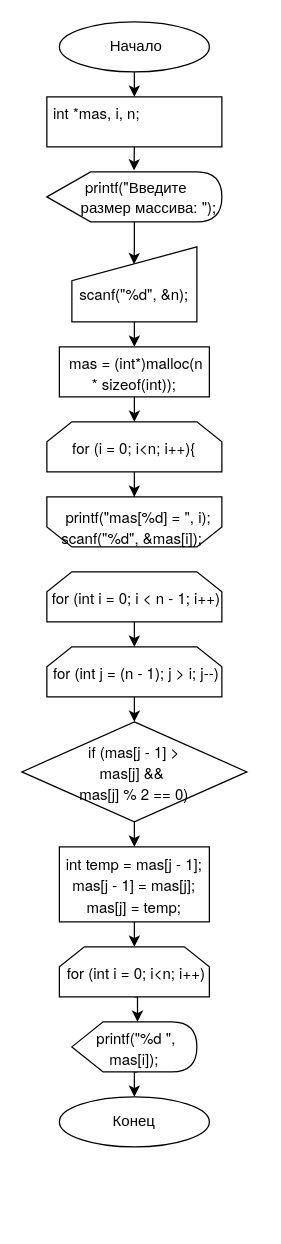
Before: Untitled Diagram.drawio in PiotrCoder-creator/Diagramma, a draw.io diagram. Source tidied: cells renumbered, new cells numbered last; positions are measured from the earlier drawing's top-left corner, leaving out a move shared by most shapes. Both pictures are drawn from the tidied source at 125%, with x=0, y=0 at pixel (21, 21).
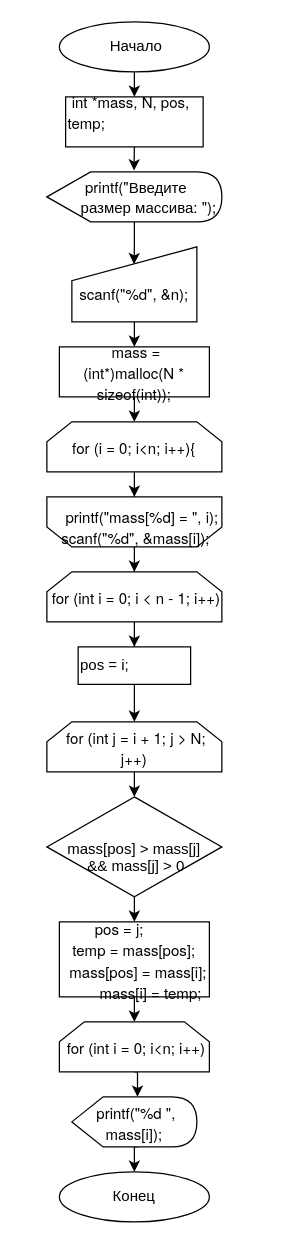
The same diagram, later.

Commit message:
LAba 4 diagra 4

Unchanged cells that the change refers to:
```xml
<mxCell id="2" style="shape=loopLimit;whiteSpace=wrap;html=1;rotation=-180;" parent="1" vertex="1">
  <mxGeometry x="20" y="380" width="140" height="40" as="geometry" />
</mxCell>
<mxCell id="17" value="&lt;p style=&quot;margin: 0px ; font-stretch: normal ; line-height: normal ; font-family: &amp;#34;helvetica neue&amp;#34;&quot;&gt;&amp;nbsp;for (int i = 0; i &amp;lt; n - 1; i++)&lt;/p&gt;" style="shape=loopLimit;whiteSpace=wrap;html=1;" parent="1" vertex="1">
  <mxGeometry x="20" y="440" width="140" height="40" as="geometry" />
</mxCell>
```

Change to the diagram source:
```diff
@@
+    <mxCell id="29" style="edgeStyle=orthogonalEdgeStyle;rounded=0;jettySize=auto;html=1;entryX=0.5;entryY=0;entryDx=0;entryDy=0;" parent="1" edge="1" source="2" target="17">
+      <mxGeometry relative="1" as="geometry" />
+    </mxCell>
@@
-    <mxCell id="6" value="&lt;p style=&quot;margin: 0px ; font-stretch: normal ; line-height: normal ; font-family: &amp;#34;helvetica neue&amp;#34;&quot;&gt;&lt;span class=&quot;Apple-converted-space&quot;&gt;&lt;br&gt;&lt;/span&gt;&lt;/p&gt;&lt;p style=&quot;margin: 0px ; font-stretch: normal ; line-height: normal ; font-family: &amp;#34;helvetica neue&amp;#34;&quot;&gt;&lt;span class=&quot;Apple-converted-space&quot;&gt;&amp;nbsp;&lt;/span&gt;int *mas, i, n;&lt;/p&gt;&lt;p style=&quot;margin: 0px ; font-stretch: normal ; line-height: normal ; font-family: &amp;#34;helvetica neue&amp;#34;&quot;&gt;&lt;br&gt;&lt;/p&gt;&lt;p style=&quot;margin: 0px ; font-stretch: normal ; line-height: normal ; font-family: &amp;#34;helvetica neue&amp;#34;&quot;&gt;&lt;br&gt;&lt;/p&gt;" style="rounded=0;whiteSpace=wrap;html=1;align=left;" parent="1" vertex="1">
-      <mxGeometry x="20" y="60" width="140" height="40" as="geometry" />
+    <mxCell id="6" value="&lt;p style=&quot;margin: 0px ; font-stretch: normal ; line-height: normal ; font-family: &amp;#34;helvetica neue&amp;#34;&quot;&gt;&lt;span class=&quot;Apple-converted-space&quot;&gt;&lt;br&gt;&lt;/span&gt;&lt;/p&gt;&lt;p style=&quot;margin: 0px ; font-stretch: normal ; line-height: normal ; font-family: &amp;#34;helvetica neue&amp;#34;&quot;&gt;&lt;span class=&quot;Apple-converted-space&quot;&gt;&amp;nbsp;&lt;/span&gt;int *mass, N, pos,&amp;nbsp;&lt;/p&gt;&lt;p style=&quot;margin: 0px ; font-stretch: normal ; line-height: normal ; font-family: &amp;#34;helvetica neue&amp;#34;&quot;&gt;temp;&lt;/p&gt;&lt;p style=&quot;margin: 0px ; font-stretch: normal ; line-height: normal ; font-family: &amp;#34;helvetica neue&amp;#34;&quot;&gt;&lt;br&gt;&lt;/p&gt;&lt;p style=&quot;margin: 0px ; font-stretch: normal ; line-height: normal ; font-family: &amp;#34;helvetica neue&amp;#34;&quot;&gt;&lt;br&gt;&lt;/p&gt;" style="rounded=0;whiteSpace=wrap;html=1;align=left;" parent="1" vertex="1">
+      <mxGeometry x="35" y="60" width="110" height="40" as="geometry" />
     </mxCell>
@@
-    <mxCell id="12" value="&lt;p style=&quot;margin: 0px ; font-stretch: normal ; line-height: normal ; font-family: &amp;#34;helvetica neue&amp;#34;&quot;&gt;&amp;nbsp;mas = (int*)malloc(n * sizeof(int));&lt;/p&gt;" style="rounded=0;whiteSpace=wrap;html=1;" parent="1" vertex="1">
+    <mxCell id="12" value="&lt;p style=&quot;margin: 0px ; font-stretch: normal ; line-height: normal ; font-family: &amp;#34;helvetica neue&amp;#34;&quot;&gt;&amp;nbsp;mass = (int*)malloc(N * sizeof(int));&lt;/p&gt;" style="rounded=0;whiteSpace=wrap;html=1;" parent="1" vertex="1">
       <mxGeometry x="30" y="260" width="120" height="40" as="geometry" />
     </mxCell>
@@
-    <mxCell id="15" value="&lt;p style=&quot;margin: 0.0px 0.0px 0.0px 0.0px ; font: 12.0px &amp;#34;helvetica neue&amp;#34;&quot;&gt;&lt;span class=&quot;Apple-converted-space&quot;&gt;&amp;nbsp;&lt;/span&gt;printf(&quot;mas[%d] = &quot;, i);&lt;/p&gt;&lt;p style=&quot;margin: 0.0px 0.0px 0.0px 0.0px ; font: 12.0px &amp;#34;helvetica neue&amp;#34;&quot;&gt;scanf(&quot;%d&quot;, &amp;amp;mas[i]);&lt;/p&gt;&lt;br&gt;" style="text;whiteSpace=wrap;html=1;" parent="1" vertex="1">
+    <mxCell id="15" value="&lt;p style=&quot;margin: 0.0px 0.0px 0.0px 0.0px ; font: 12.0px &amp;#34;helvetica neue&amp;#34;&quot;&gt;&lt;span class=&quot;Apple-converted-space&quot;&gt;&amp;nbsp;&lt;/span&gt;printf(&quot;mass[%d] = &quot;, i);&lt;/p&gt;&lt;p style=&quot;margin: 0.0px 0.0px 0.0px 0.0px ; font: 12.0px &amp;#34;helvetica neue&amp;#34;&quot;&gt;scanf(&quot;%d&quot;, &amp;amp;mass[i]);&lt;/p&gt;" style="text;whiteSpace=wrap;html=1;" parent="1" vertex="1">
       <mxGeometry x="30" y="380" width="160" height="40" as="geometry" />
     </mxCell>
-    <mxCell id="16" style="edgeStyle=orthogonalEdgeStyle;rounded=0;jettySize=auto;html=1;exitX=0.5;exitY=1;exitDx=0;exitDy=0;entryX=0.5;entryY=0;entryDx=0;entryDy=0;" parent="1" edge="1" source="17" target="19">
-      <mxGeometry relative="1" as="geometry" />
-    </mxCell>
+    <mxCell id="30" style="edgeStyle=orthogonalEdgeStyle;rounded=0;jettySize=auto;html=1;entryX=0.5;entryY=0;entryDx=0;entryDy=0;" parent="1" edge="1" source="17" target="32">
+      <mxGeometry relative="1" as="geometry" />
+    </mxCell>
@@
-    <mxCell id="19" value="&lt;p style=&quot;margin: 0px ; font-stretch: normal ; line-height: normal ; font-family: &amp;#34;helvetica neue&amp;#34;&quot;&gt;&amp;nbsp;for (int j = (n - 1); j &amp;gt; i; j--)&lt;/p&gt;" style="shape=loopLimit;whiteSpace=wrap;html=1;" parent="1" vertex="1">
-      <mxGeometry x="20" y="500" width="140" height="40" as="geometry" />
+    <mxCell id="19" value="&lt;p style=&quot;margin: 0px ; font-stretch: normal ; line-height: normal ; font-family: &amp;#34;helvetica neue&amp;#34;&quot;&gt;&amp;nbsp;for (int j = i + 1; j &amp;gt; N; j++)&lt;/p&gt;" style="shape=loopLimit;whiteSpace=wrap;html=1;" parent="1" vertex="1">
+      <mxGeometry x="20" y="560" width="140" height="40" as="geometry" />
     </mxCell>
@@
-    <mxCell id="21" value="&lt;p style=&quot;margin: 0px ; font-stretch: normal ; line-height: normal ; font-family: &amp;#34;helvetica neue&amp;#34;&quot;&gt;&amp;nbsp;if (mas[j - 1] &amp;gt;&amp;nbsp;&lt;/p&gt;&lt;p style=&quot;margin: 0px ; font-stretch: normal ; line-height: normal ; font-family: &amp;#34;helvetica neue&amp;#34;&quot;&gt;mas[j] &amp;amp;&amp;amp;&amp;nbsp;&lt;/p&gt;&lt;p style=&quot;margin: 0px ; font-stretch: normal ; line-height: normal ; font-family: &amp;#34;helvetica neue&amp;#34;&quot;&gt;mas[j] % 2 == 0)&lt;/p&gt;" style="rhombus;whiteSpace=wrap;html=1;" parent="1" vertex="1">
-      <mxGeometry y="560" width="180" height="80" as="geometry" />
+    <mxCell id="21" value="&lt;p style=&quot;margin: 0px ; font-stretch: normal ; line-height: normal ; font-family: &amp;#34;helvetica neue&amp;#34;&quot;&gt;&amp;nbsp;&lt;/p&gt;mass[pos] &amp;gt; mass[j]&lt;br&gt;&amp;nbsp;&amp;amp;&amp;amp; mass[j] &amp;gt; 0" style="rhombus;whiteSpace=wrap;html=1;" parent="1" vertex="1">
+      <mxGeometry x="20" y="620" width="140" height="80" as="geometry" />
     </mxCell>
@@
-    <mxCell id="23" value="&lt;p style=&quot;margin: 0px ; font-stretch: normal ; line-height: normal ; font-family: &amp;#34;helvetica neue&amp;#34;&quot;&gt;&amp;nbsp;int temp = mas[j - 1];&amp;nbsp;&lt;/p&gt;&lt;p style=&quot;margin: 0px ; font-stretch: normal ; line-height: normal ; font-family: &amp;#34;helvetica neue&amp;#34;&quot;&gt;mas[j - 1] = mas[j];&lt;/p&gt;&lt;p style=&quot;margin: 0px ; font-stretch: normal ; line-height: normal ; font-family: &amp;#34;helvetica neue&amp;#34;&quot;&gt;mas[j] = temp;&lt;/p&gt;" style="rounded=0;whiteSpace=wrap;html=1;" parent="1" vertex="1">
-      <mxGeometry x="30" y="660" width="120" height="60" as="geometry" />
+    <mxCell id="23" value="&lt;p style=&quot;margin: 0px ; font-stretch: normal ; line-height: normal ; font-family: &amp;#34;helvetica neue&amp;#34;&quot;&gt;&amp;nbsp;pos = j; &amp;nbsp; &amp;nbsp; &amp;nbsp; &amp;nbsp;&lt;/p&gt;&lt;p style=&quot;margin: 0px ; font-stretch: normal ; line-height: normal ; font-family: &amp;#34;helvetica neue&amp;#34;&quot;&gt;temp = mass[pos];&lt;/p&gt;&lt;p style=&quot;margin: 0px ; font-stretch: normal ; line-height: normal ; font-family: &amp;#34;helvetica neue&amp;#34;&quot;&gt;&amp;nbsp; mass[pos] = mass[i];&lt;/p&gt;&lt;p style=&quot;margin: 0px ; font-stretch: normal ; line-height: normal ; font-family: &amp;#34;helvetica neue&amp;#34;&quot;&gt;&amp;nbsp; &amp;nbsp; &amp;nbsp; &amp;nbsp; mass[i] = temp;&lt;/p&gt;" style="rounded=0;whiteSpace=wrap;html=1;" parent="1" vertex="1">
+      <mxGeometry x="30" y="720" width="120" height="60" as="geometry" />
     </mxCell>
@@
     <mxCell id="25" value="&lt;p style=&quot;margin: 0px ; font-stretch: normal ; line-height: normal ; font-family: &amp;#34;helvetica neue&amp;#34;&quot;&gt;&amp;nbsp;for (int i = 0; i&amp;lt;n; i++)&lt;/p&gt;" style="shape=loopLimit;whiteSpace=wrap;html=1;" parent="1" vertex="1">
-      <mxGeometry x="30" y="740" width="120" height="40" as="geometry" />
+      <mxGeometry x="30" y="800" width="120" height="40" as="geometry" />
     </mxCell>
@@
-    <mxCell id="27" value="&lt;p style=&quot;margin: 0px ; font-stretch: normal ; line-height: normal ; font-family: &amp;#34;helvetica neue&amp;#34;&quot;&gt;&amp;nbsp;printf(&quot;%d &quot;, mas[i]);&lt;/p&gt;" style="shape=display;whiteSpace=wrap;html=1;" parent="1" vertex="1">
-      <mxGeometry x="40" y="800" width="100" height="40" as="geometry" />
+    <mxCell id="27" value="&lt;p style=&quot;margin: 0px ; font-stretch: normal ; line-height: normal ; font-family: &amp;#34;helvetica neue&amp;#34;&quot;&gt;&amp;nbsp;printf(&quot;%d &quot;, mass[i]);&lt;/p&gt;" style="shape=display;whiteSpace=wrap;html=1;" parent="1" vertex="1">
+      <mxGeometry x="40" y="860" width="100" height="40" as="geometry" />
     </mxCell>
     <mxCell id="28" value="Конец" style="ellipse;whiteSpace=wrap;html=1;" parent="1" vertex="1">
-      <mxGeometry x="30" y="860" width="120" height="40" as="geometry" />
+      <mxGeometry x="30" y="920" width="120" height="40" as="geometry" />
     </mxCell>
+    <mxCell id="31" style="edgeStyle=orthogonalEdgeStyle;rounded=0;jettySize=auto;html=1;entryX=0.5;entryY=0;entryDx=0;entryDy=0;" parent="1" edge="1" source="32" target="19">
+      <mxGeometry relative="1" as="geometry" />
+    </mxCell>
+    <mxCell id="32" value="pos = i;" style="rounded=0;whiteSpace=wrap;html=1;align=left;" parent="1" vertex="1">
+      <mxGeometry x="45" y="500" width="90" height="30" as="geometry" />
+    </mxCell>
```
